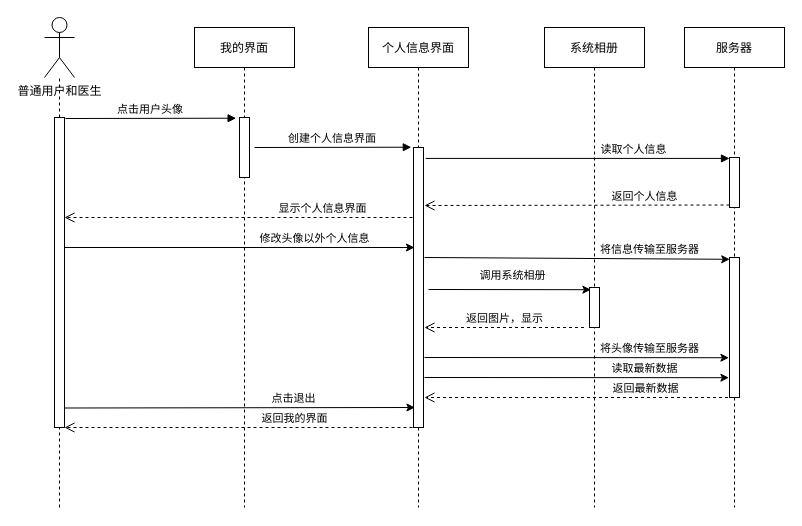
Before: 修改个人信息时序图.drawio in Darius-H/Diagram-Folder, a draw.io diagram. Source tidied: cells renumbered, new cells numbered last; positions are measured from the earlier drawing's top-left corner, leaving out a move shared by most shapes. Both pictures are drawn from the tidied source at 100%, with x=0, y=0 at pixel (44, 17).
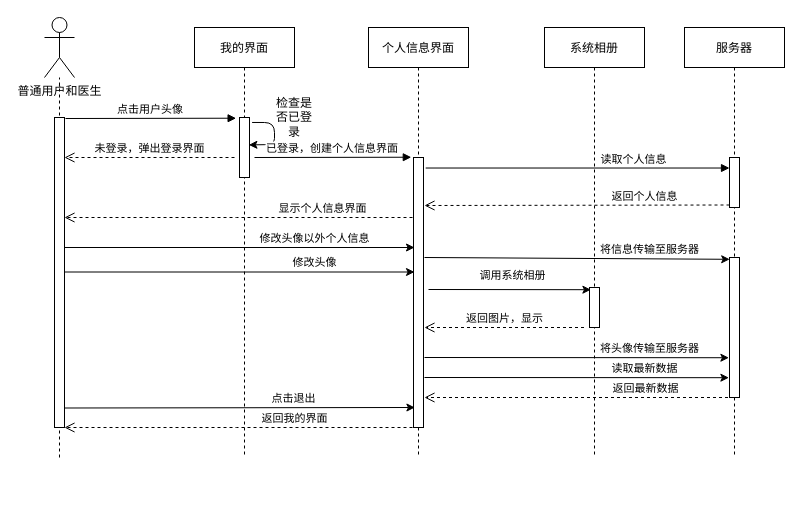
The same page after the edit.

Commit message:
Update 修改个人信息时序图.drawio

The change refers to these unchanged cells:
```xml
<mxCell id="3" style="points=[];perimeter=orthogonalPerimeter;rounded=0;shadow=0;strokeWidth=1;" parent="2" vertex="1">
  <mxGeometry x="45" y="90" width="10" height="60" as="geometry" />
</mxCell>
<mxCell id="7" value="普通用户和医生" style="shape=umlActor;verticalLabelPosition=bottom;verticalAlign=top;html=1;outlineConnect=0;fontStyle=0;fontFamily=Helvetica;" parent="1" vertex="1">
  <mxGeometry width="30" height="60" as="geometry" />
</mxCell>
```

The edit, as a diff of the source:
```diff
@@
     <mxCell id="2" value="我的界面" style="shape=umlLifeline;perimeter=lifelinePerimeter;rounded=0;shadow=0;strokeWidth=1;" parent="1" vertex="1">
-      <mxGeometry x="150" y="10" width="100" height="480" as="geometry" />
+      <mxGeometry x="150" y="10" width="100" height="430" as="geometry" />
     </mxCell>
@@
+    <mxCell id="34" style="endArrow=classic;html=1;entryX=0.94;entryY=0.457;entryDx=0;entryDy=0;entryPerimeter=0;exitX=1.26;exitY=0.083;exitDx=0;exitDy=0;exitPerimeter=0;" parent="2" edge="1" source="3" target="3">
+      <mxGeometry relative="1" as="geometry">
+        <Array as="points">
+          <mxPoint x="80" y="95" />
+          <mxPoint x="80" y="117" />
+        </Array>
+      </mxGeometry>
+    </mxCell>
     <mxCell id="4" value="服务器" style="shape=umlLifeline;perimeter=lifelinePerimeter;rounded=0;shadow=0;strokeWidth=1;" parent="1" vertex="1">
-      <mxGeometry x="640" y="10" width="100" height="480" as="geometry" />
+      <mxGeometry x="640" y="10" width="100" height="430" as="geometry" />
     </mxCell>
@@
     <mxCell id="8" style="endArrow=none;dashed=1;html=1;fontFamily=Helvetica;" parent="1" edge="1" target="7">
       <mxGeometry relative="1" as="geometry">
-        <mxPoint x="15" y="490" as="sourcePoint" />
+        <mxPoint x="15" y="440" as="sourcePoint" />
       </mxGeometry>
     </mxCell>
@@
     <mxCell id="12" value="个人信息界面" style="shape=umlLifeline;perimeter=lifelinePerimeter;rounded=0;shadow=0;strokeWidth=1;" parent="1" vertex="1">
-      <mxGeometry x="324" y="10" width="100" height="480" as="geometry" />
+      <mxGeometry x="324" y="10" width="100" height="430" as="geometry" />
     </mxCell>
     <mxCell id="13" style="points=[];perimeter=orthogonalPerimeter;rounded=0;shadow=0;strokeWidth=1;" parent="12" vertex="1">
-      <mxGeometry x="45" y="120" width="10" height="280" as="geometry" />
+      <mxGeometry x="45" y="130" width="10" height="270" as="geometry" />
     </mxCell>
-    <mxCell id="14" value="创建个人信息界面" style="verticalAlign=bottom;endArrow=block;shadow=0;strokeWidth=1;entryX=-0.22;entryY=-0.001;entryDx=0;entryDy=0;entryPerimeter=0;" parent="1" edge="1" target="13">
+    <mxCell id="14" value="已登录，创建个人信息界面" style="verticalAlign=bottom;endArrow=block;shadow=0;strokeWidth=1;entryX=-0.22;entryY=-0.001;entryDx=0;entryDy=0;entryPerimeter=0;" parent="1" edge="1" target="13">
       <mxGeometry relative="1" as="geometry">
-        <mxPoint x="210" y="130" as="sourcePoint" />
+        <mxPoint x="210" y="140" as="sourcePoint" />
       </mxGeometry>
     </mxCell>
     <mxCell id="15" value="系统相册" style="shape=umlLifeline;perimeter=lifelinePerimeter;rounded=0;shadow=0;strokeWidth=1;" parent="1" vertex="1">
-      <mxGeometry x="500" y="10" width="100" height="480" as="geometry" />
+      <mxGeometry x="500" y="10" width="100" height="430" as="geometry" />
     </mxCell>
@@
+    <mxCell id="35" value="检查是否已登录" style="text;html=1;strokeColor=none;fillColor=none;align=center;verticalAlign=middle;whiteSpace=wrap;rounded=0;" parent="1" vertex="1">
+      <mxGeometry x="230" y="90" width="40" height="20" as="geometry" />
+    </mxCell>
+    <mxCell id="36" value="未登录，弹出登录界面" style="html=1;verticalAlign=bottom;endArrow=open;dashed=1;endSize=8;fontFamily=Helvetica;entryX=1;entryY=0.217;entryDx=0;entryDy=0;entryPerimeter=0;" parent="1" edge="1">
+      <mxGeometry relative="1" as="geometry">
+        <mxPoint x="190" y="140" as="sourcePoint" />
+        <mxPoint x="20" y="140" as="targetPoint" />
+      </mxGeometry>
+    </mxCell>
+    <mxCell id="37" style="endArrow=classic;html=1;" parent="1" edge="1">
+      <mxGeometry relative="1" as="geometry">
+        <mxPoint x="20" y="254.5" as="sourcePoint" />
+        <mxPoint x="370" y="254.5" as="targetPoint" />
+      </mxGeometry>
+    </mxCell>
+    <mxCell id="38" value="修改头像" style="edgeLabel;html=1;align=center;verticalAlign=middle;" parent="37" vertex="1">
+      <mxGeometry x="0.11" y="4" relative="1" as="geometry">
+        <mxPoint x="55" y="-6" as="offset" />
+      </mxGeometry>
+    </mxCell>
```
